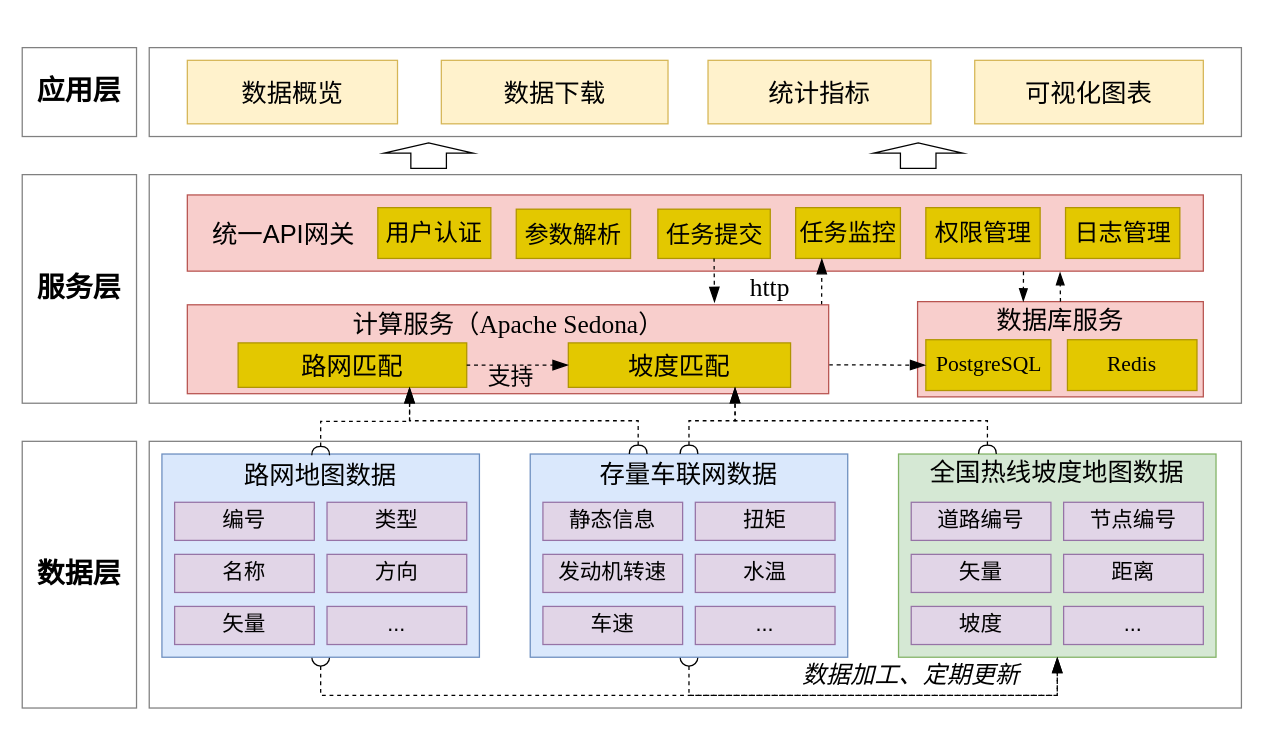
Earlier version of the draw.io diagram 车联网数据地理信息匹配服务.drawio (wangwuhua11/draw). Source tidied: cells renumbered, new cells numbered last; positions are measured from the earlier drawing's top-left corner, leaving out a move shared by most shapes. Both pictures are drawn from the tidied source at 127%, with x=0, y=0 at pixel (22, 47).
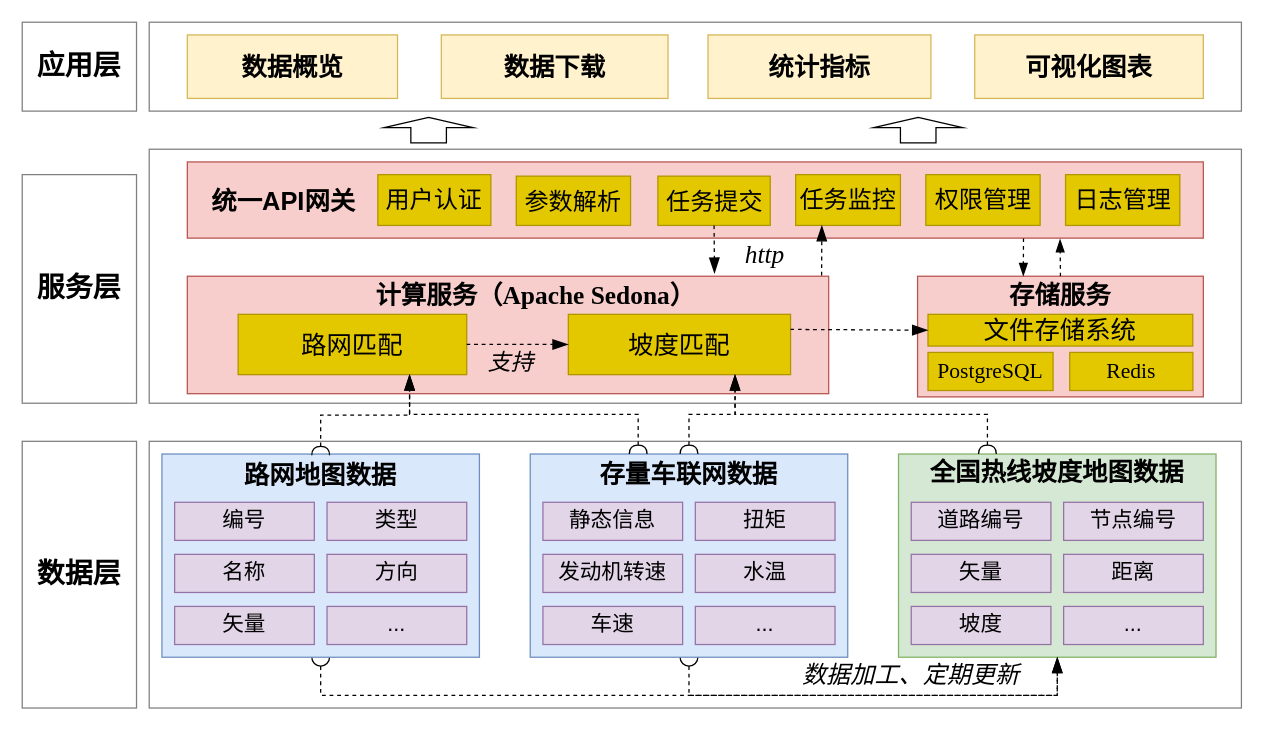
The same page after the edit.

Commit message (it also covers changes not shown here):
更新车联网数据地理信息匹配服务.drawio

What changed in the source:
```diff
@@
     <mxCell id="4" style="rounded=0;whiteSpace=wrap;html=1;fontFamily=Architects Daughter;strokeColor=#808080;" parent="1" vertex="1">
-      <mxGeometry width="90" height="70" as="geometry" />
+      <mxGeometry y="-20" width="90" height="70" as="geometry" />
     </mxCell>
     <mxCell id="5" style="rounded=0;whiteSpace=wrap;html=1;fontFamily=Architects Daughter;fillColor=none;strokeWidth=1;strokeColor=#808080;" parent="1" vertex="1">
-      <mxGeometry x="100" y="100" width="860" height="180" as="geometry" />
+      <mxGeometry x="100" y="80" width="860" height="200" as="geometry" />
     </mxCell>
     <mxCell id="6" style="rounded=0;whiteSpace=wrap;html=1;fontFamily=Architects Daughter;fillColor=none;strokeWidth=1;strokeColor=#808080;" parent="1" vertex="1">
-      <mxGeometry x="100" width="860" height="70" as="geometry" />
+      <mxGeometry x="100" y="-20" width="860" height="70" as="geometry" />
     </mxCell>
@@
-    <mxCell id="12" value="&lt;span style=&quot;font-size: 20px;&quot;&gt;数据概览&lt;/span&gt;" style="rounded=0;whiteSpace=wrap;html=1;fontFamily=宋体;fillColor=#fff2cc;strokeColor=#d6b656;" parent="1" vertex="1">
-      <mxGeometry x="130" y="10" width="165.5" height="50" as="geometry" />
+    <mxCell id="12" value="&lt;span style=&quot;font-size: 20px;&quot;&gt;&lt;b&gt;数据概览&lt;/b&gt;&lt;/span&gt;" style="rounded=0;whiteSpace=wrap;html=1;fontFamily=宋体;fillColor=#fff2cc;strokeColor=#d6b656;" parent="1" vertex="1">
+      <mxGeometry x="130" y="-10" width="165.5" height="50" as="geometry" />
     </mxCell>
@@
-    <mxCell id="15" value="&lt;font style=&quot;font-size: 20px;&quot;&gt;数据下载&lt;/font&gt;" style="rounded=0;whiteSpace=wrap;html=1;fontFamily=宋体;fillColor=#fff2cc;strokeColor=#d6b656;" parent="1" vertex="1">
-      <mxGeometry x="330" y="10" width="178.5" height="50" as="geometry" />
+    <mxCell id="15" value="&lt;font style=&quot;font-size: 20px;&quot;&gt;&lt;b&gt;数据下载&lt;/b&gt;&lt;/font&gt;" style="rounded=0;whiteSpace=wrap;html=1;fontFamily=宋体;fillColor=#fff2cc;strokeColor=#d6b656;" parent="1" vertex="1">
+      <mxGeometry x="330" y="-10" width="178.5" height="50" as="geometry" />
     </mxCell>
@@
     <mxCell id="17" value="&lt;b&gt;&lt;font style=&quot;font-size: 22px;&quot; face=&quot;宋体&quot;&gt;应用层&lt;/font&gt;&lt;/b&gt;" style="text;strokeColor=none;fillColor=none;html=1;align=center;verticalAlign=middle;whiteSpace=wrap;rounded=0;fontSize=20;fontFamily=Architects Daughter;" parent="1" vertex="1">
-      <mxGeometry x="10" y="20" width="70" height="30" as="geometry" />
+      <mxGeometry x="10" width="70" height="30" as="geometry" />
     </mxCell>
-    <mxCell id="18" value="路网地图数据" style="text;strokeColor=none;fillColor=none;html=1;align=center;verticalAlign=middle;whiteSpace=wrap;rounded=0;fontSize=20;fontFamily=宋体;" parent="1" vertex="1">
+    <mxCell id="18" value="&lt;b&gt;路网地图数据&lt;/b&gt;" style="text;strokeColor=none;fillColor=none;html=1;align=center;verticalAlign=middle;whiteSpace=wrap;rounded=0;fontSize=20;fontFamily=宋体;" parent="1" vertex="1">
       <mxGeometry x="170" y="321" width="130" height="30" as="geometry" />
     </mxCell>
-    <mxCell id="19" value="存量车联网数据" style="text;strokeColor=none;fillColor=none;html=1;align=center;verticalAlign=middle;whiteSpace=wrap;rounded=0;fontSize=20;fontFamily=宋体;" parent="1" vertex="1">
+    <mxCell id="19" value="&lt;b&gt;存量车联网数据&lt;/b&gt;" style="text;strokeColor=none;fillColor=none;html=1;align=center;verticalAlign=middle;whiteSpace=wrap;rounded=0;fontSize=20;fontFamily=宋体;" parent="1" vertex="1">
       <mxGeometry x="445" y="320" width="160" height="30" as="geometry" />
     </mxCell>
-    <mxCell id="20" value="&lt;span style=&quot;font-family: 宋体;&quot;&gt;全国热线坡度地图数据&lt;/span&gt;" style="text;strokeColor=none;fillColor=none;html=1;align=center;verticalAlign=middle;whiteSpace=wrap;rounded=0;fontSize=20;fontFamily=Architects Daughter;" parent="1" vertex="1">
+    <mxCell id="20" value="&lt;span style=&quot;font-family: 宋体;&quot;&gt;&lt;b&gt;全国热线坡度地图数据&lt;/b&gt;&lt;/span&gt;" style="text;strokeColor=none;fillColor=none;html=1;align=center;verticalAlign=middle;whiteSpace=wrap;rounded=0;fontSize=20;fontFamily=Architects Daughter;" parent="1" vertex="1">
       <mxGeometry x="705" y="320" width="220" height="30" as="geometry" />
     </mxCell>
@@
     <mxCell id="39" style="rounded=0;whiteSpace=wrap;html=1;fontFamily=宋体;fillColor=#f8cecc;strokeColor=#b85450;" parent="1" vertex="1">
-      <mxGeometry x="130" y="202.5" width="505" height="70" as="geometry" />
+      <mxGeometry x="130" y="180" width="505" height="92.5" as="geometry" />
     </mxCell>
     <mxCell id="40" style="rounded=0;whiteSpace=wrap;html=1;fontFamily=Times New Roman;fillColor=#f8cecc;strokeColor=#b85450;" parent="1" vertex="1">
-      <mxGeometry x="705" y="200" width="225" height="75" as="geometry" />
+      <mxGeometry x="705" y="180" width="225" height="95" as="geometry" />
     </mxCell>
     <mxCell id="41" style="rounded=0;whiteSpace=wrap;html=1;fontFamily=宋体;fillColor=#f8cecc;strokeColor=#b85450;" parent="1" vertex="1">
-      <mxGeometry x="130" y="116" width="800" height="60" as="geometry" />
+      <mxGeometry x="130" y="90" width="800" height="60" as="geometry" />
     </mxCell>
-    <mxCell id="42" value="PostgreSQL" style="rounded=0;whiteSpace=wrap;html=1;fontFamily=Times New Roman;fontSize=17;fillColor=#e3c800;fontColor=#000000;strokeColor=#B09500;" parent="1" vertex="1">
-      <mxGeometry x="711.5" y="230" width="98.5" height="40" as="geometry" />
+    <mxCell id="42" value="&lt;p style=&quot;line-height: 100%;&quot;&gt;PostgreSQL&lt;/p&gt;" style="rounded=0;whiteSpace=wrap;html=1;fontFamily=Times New Roman;fontSize=17;fillColor=#e3c800;fontColor=#000000;strokeColor=#B09500;" parent="1" vertex="1">
+      <mxGeometry x="713.2" y="240" width="98.5" height="30" as="geometry" />
     </mxCell>
-    <mxCell id="43" value="Redis" style="rounded=0;whiteSpace=wrap;html=1;fontFamily=Times New Roman;fontSize=17;fillColor=#e3c800;fontColor=#000000;strokeColor=#B09500;" parent="1" vertex="1">
-      <mxGeometry x="823" y="230" width="102" height="40" as="geometry" />
+    <mxCell id="43" value="&lt;p style=&quot;line-height: 100%;&quot;&gt;Redis&lt;/p&gt;" style="rounded=0;whiteSpace=wrap;html=1;fontFamily=Times New Roman;fontSize=17;fillColor=#e3c800;fontColor=#000000;strokeColor=#B09500;" parent="1" vertex="1">
+      <mxGeometry x="824.8" y="240" width="97" height="30" as="geometry" />
     </mxCell>
-    <mxCell id="44" value="&lt;font face=&quot;宋体&quot;&gt;数据库服务&lt;/font&gt;" style="text;strokeColor=none;fillColor=none;html=1;align=center;verticalAlign=middle;whiteSpace=wrap;rounded=0;fontSize=20;fontFamily=Architects Daughter;" parent="1" vertex="1">
-      <mxGeometry x="759" y="200" width="117" height="30" as="geometry" />
+    <mxCell id="44" value="&lt;font face=&quot;宋体&quot;&gt;&lt;b&gt;存储服务&lt;/b&gt;&lt;/font&gt;" style="text;strokeColor=none;fillColor=none;html=1;align=center;verticalAlign=middle;whiteSpace=wrap;rounded=0;fontSize=20;fontFamily=Architects Daughter;" parent="1" vertex="1">
+      <mxGeometry x="759" y="180" width="117" height="30" as="geometry" />
     </mxCell>
     <mxCell id="45" value="&lt;font style=&quot;font-size: 20px;&quot; face=&quot;宋体&quot;&gt;路网匹配&lt;/font&gt;" style="rounded=0;whiteSpace=wrap;html=1;fontFamily=Architects Daughter;fillColor=#e3c800;fontColor=#000000;strokeColor=#B09500;" parent="1" vertex="1">
-      <mxGeometry x="170" y="232.5" width="180" height="35" as="geometry" />
+      <mxGeometry x="170" y="210" width="180" height="47.5" as="geometry" />
     </mxCell>
-    <mxCell id="46" value="&lt;font face=&quot;宋体&quot;&gt;计算服务（&lt;/font&gt;&lt;span style=&quot;font-family: &amp;quot;Times New Roman&amp;quot;;&quot;&gt;Apache Sedona&lt;/span&gt;&lt;font face=&quot;宋体&quot;&gt;）&lt;/font&gt;" style="text;strokeColor=none;fillColor=none;html=1;align=center;verticalAlign=middle;whiteSpace=wrap;rounded=0;fontSize=20;fontFamily=Architects Daughter;" parent="1" vertex="1">
-      <mxGeometry x="256.5" y="202.5" width="252" height="30" as="geometry" />
+    <mxCell id="46" value="&lt;b&gt;&lt;font face=&quot;宋体&quot;&gt;计算服务（&lt;/font&gt;&lt;span style=&quot;font-family: &amp;quot;Times New Roman&amp;quot;;&quot;&gt;Apache Sedona&lt;/span&gt;&lt;font face=&quot;宋体&quot;&gt;）&lt;/font&gt;&lt;/b&gt;" style="text;strokeColor=none;fillColor=none;html=1;align=center;verticalAlign=middle;whiteSpace=wrap;rounded=0;fontSize=20;fontFamily=Architects Daughter;" parent="1" vertex="1">
+      <mxGeometry x="269" y="180" width="271" height="30" as="geometry" />
     </mxCell>
-    <mxCell id="47" value="&lt;font style=&quot;font-size: 20px;&quot; face=&quot;Times New Roman&quot;&gt;http&lt;/font&gt;" style="text;strokeColor=none;fillColor=none;html=1;align=center;verticalAlign=middle;whiteSpace=wrap;rounded=0;fontSize=18;fontFamily=Architects Daughter;" parent="1" vertex="1">
-      <mxGeometry x="564" y="176.5" width="50" height="25" as="geometry" />
+    <mxCell id="47" value="&lt;font style=&quot;font-size: 20px;&quot; face=&quot;Times New Roman&quot;&gt;&lt;i&gt;http&lt;/i&gt;&lt;/font&gt;" style="text;strokeColor=none;fillColor=none;html=1;align=center;verticalAlign=middle;whiteSpace=wrap;rounded=0;fontSize=18;fontFamily=Architects Daughter;" parent="1" vertex="1">
+      <mxGeometry x="560" y="150" width="50" height="25" as="geometry" />
     </mxCell>
-    <mxCell id="48" style="edgeStyle=none;jettySize=auto;html=1;rounded=0;fontFamily=Architects Daughter;fontSize=16;startSize=14;endArrow=blockThin;endSize=10;sourcePerimeterSpacing=8;targetPerimeterSpacing=8;curved=1;exitX=1.001;exitY=0.675;exitDx=0;exitDy=0;dashed=1;endFill=1;entryX=0;entryY=0.5;entryDx=0;entryDy=0;exitPerimeter=0;" parent="1" edge="1" source="39" target="42">
-      <mxGeometry relative="1" as="geometry" />
-    </mxCell>
-    <mxCell id="49" value="&lt;span style=&quot;font-family: 宋体;&quot;&gt;统一API网关&lt;/span&gt;" style="text;strokeColor=none;fillColor=none;html=1;align=center;verticalAlign=middle;whiteSpace=wrap;rounded=0;fontSize=20;fontFamily=Architects Daughter;" parent="1" vertex="1">
-      <mxGeometry x="141" y="131.6" width="130" height="30" as="geometry" />
+    <mxCell id="49" value="&lt;span style=&quot;font-family: 宋体;&quot;&gt;&lt;b&gt;统一API网关&lt;/b&gt;&lt;/span&gt;" style="text;strokeColor=none;fillColor=none;html=1;align=center;verticalAlign=middle;whiteSpace=wrap;rounded=0;fontSize=20;fontFamily=Architects Daughter;" parent="1" vertex="1">
+      <mxGeometry x="141" y="105.6" width="130" height="30" as="geometry" />
     </mxCell>
     <mxCell id="50" value="&lt;p style=&quot;line-height: 100%;&quot;&gt;用户认证&lt;/p&gt;" style="rounded=0;whiteSpace=wrap;html=1;fontFamily=宋体;fontSize=19;fillColor=#e3c800;fontColor=#000000;strokeColor=#B09500;" parent="1" vertex="1">
-      <mxGeometry x="280" y="126" width="89" height="40" as="geometry" />
+      <mxGeometry x="280" y="100" width="89" height="40" as="geometry" />
     </mxCell>
     <mxCell id="51" value="&lt;p style=&quot;line-height: 100%;&quot;&gt;权限管理&lt;/p&gt;" style="rounded=0;whiteSpace=wrap;html=1;fontFamily=宋体;fontSize=19;fillColor=#e3c800;fontColor=#000000;strokeColor=#B09500;" parent="1" vertex="1">
-      <mxGeometry x="711.5" y="126" width="90" height="40" as="geometry" />
+      <mxGeometry x="711.5" y="100" width="90" height="40" as="geometry" />
     </mxCell>
     <mxCell id="52" value="&lt;p style=&quot;line-height: 100%;&quot;&gt;日志管理&lt;/p&gt;" style="rounded=0;whiteSpace=wrap;html=1;fontFamily=宋体;fontSize=19;fillColor=#e3c800;fontColor=#000000;strokeColor=#B09500;" parent="1" vertex="1">
-      <mxGeometry x="821.5" y="126" width="90" height="40" as="geometry" />
+      <mxGeometry x="821.5" y="100" width="90" height="40" as="geometry" />
     </mxCell>
     <mxCell id="53" value="&lt;p style=&quot;line-height: 100%;&quot;&gt;参数解析&lt;/p&gt;" style="rounded=0;whiteSpace=wrap;html=1;fontFamily=宋体;fontSize=19;fillColor=#e3c800;fontColor=#000000;strokeColor=#B09500;" parent="1" vertex="1">
-      <mxGeometry x="389" y="127.2" width="90" height="38.8" as="geometry" />
+      <mxGeometry x="389" y="101.2" width="90" height="38.8" as="geometry" />
     </mxCell>
     <mxCell id="54" value="&lt;p style=&quot;line-height: 100%;&quot;&gt;任务提交&lt;/p&gt;" style="rounded=0;whiteSpace=wrap;html=1;fontFamily=宋体;fontSize=19;fillColor=#e3c800;fontColor=#000000;strokeColor=#B09500;" parent="1" vertex="1">
-      <mxGeometry x="500.5" y="127.2" width="88.5" height="38.8" as="geometry" />
+      <mxGeometry x="500.5" y="101.2" width="88.5" height="38.8" as="geometry" />
     </mxCell>
     <mxCell id="55" value="&lt;p style=&quot;line-height: 100%;&quot;&gt;任务监控&lt;/p&gt;" style="rounded=0;whiteSpace=wrap;html=1;fontFamily=宋体;fontSize=19;fillColor=#e3c800;fontColor=#000000;strokeColor=#B09500;" parent="1" vertex="1">
-      <mxGeometry x="609" y="126" width="82.5" height="40" as="geometry" />
+      <mxGeometry x="609" y="100" width="82.5" height="40" as="geometry" />
     </mxCell>
@@
     <mxCell id="59" value="&lt;font style=&quot;font-size: 20px;&quot; face=&quot;宋体&quot;&gt;坡度匹配&lt;/font&gt;" style="rounded=0;whiteSpace=wrap;html=1;fontFamily=Architects Daughter;fillColor=#e3c800;fontColor=#000000;strokeColor=#B09500;" parent="1" vertex="1">
-      <mxGeometry x="430" y="232.5" width="175" height="35" as="geometry" />
+      <mxGeometry x="430" y="210" width="175" height="47.5" as="geometry" />
     </mxCell>
@@
-    <mxCell id="61" value="&lt;font style=&quot;font-size: 18px;&quot; face=&quot;宋体&quot;&gt;支持&lt;/font&gt;" style="text;strokeColor=none;fillColor=none;html=1;align=center;verticalAlign=middle;whiteSpace=wrap;rounded=0;fontSize=18;fontFamily=Architects Daughter;" parent="1" vertex="1">
-      <mxGeometry x="360" y="250" width="50" height="20" as="geometry" />
+    <mxCell id="61" value="&lt;font style=&quot;font-size: 18px;&quot; face=&quot;宋体&quot;&gt;&lt;i&gt;支持&lt;/i&gt;&lt;/font&gt;" style="text;strokeColor=none;fillColor=none;html=1;align=center;verticalAlign=middle;whiteSpace=wrap;rounded=0;fontSize=18;fontFamily=Architects Daughter;" parent="1" vertex="1">
+      <mxGeometry x="360" y="237.5" width="50" height="20" as="geometry" />
     </mxCell>
@@
-    <mxCell id="66" value="&lt;font style=&quot;font-size: 20px;&quot;&gt;统计指标&lt;/font&gt;" style="rounded=0;whiteSpace=wrap;html=1;fontFamily=宋体;fillColor=#fff2cc;strokeColor=#d6b656;" parent="1" vertex="1">
-      <mxGeometry x="540" y="10" width="175.5" height="50" as="geometry" />
+    <mxCell id="66" value="&lt;font style=&quot;font-size: 20px;&quot;&gt;&lt;b&gt;统计指标&lt;/b&gt;&lt;/font&gt;" style="rounded=0;whiteSpace=wrap;html=1;fontFamily=宋体;fillColor=#fff2cc;strokeColor=#d6b656;" parent="1" vertex="1">
+      <mxGeometry x="540" y="-10" width="175.5" height="50" as="geometry" />
     </mxCell>
@@
-    <mxCell id="69" value="&lt;font style=&quot;font-size: 20px;&quot;&gt;可视化图表&lt;/font&gt;" style="rounded=0;whiteSpace=wrap;html=1;fontFamily=宋体;fillColor=#fff2cc;strokeColor=#d6b656;" parent="1" vertex="1">
-      <mxGeometry x="750" y="10" width="180" height="50" as="geometry" />
+    <mxCell id="69" value="&lt;font style=&quot;font-size: 20px;&quot;&gt;&lt;b&gt;可视化图表&lt;/b&gt;&lt;/font&gt;" style="rounded=0;whiteSpace=wrap;html=1;fontFamily=宋体;fillColor=#fff2cc;strokeColor=#d6b656;" parent="1" vertex="1">
+      <mxGeometry x="750" y="-10" width="180" height="50" as="geometry" />
     </mxCell>
     <mxCell id="70" style="shape=singleArrow;whiteSpace=wrap;html=1;arrowWidth=0.4;arrowSize=0.4;fontFamily=Architects Daughter;rotation=-90;" parent="1" vertex="1">
-      <mxGeometry x="310" y="50" width="20" height="70" as="geometry" />
+      <mxGeometry x="310" y="30" width="20" height="70" as="geometry" />
     </mxCell>
     <mxCell id="71" style="shape=singleArrow;whiteSpace=wrap;html=1;arrowWidth=0.4;arrowSize=0.4;fontFamily=Architects Daughter;rotation=-90;" parent="1" vertex="1">
-      <mxGeometry x="695.5" y="50" width="20" height="70" as="geometry" />
+      <mxGeometry x="695.5" y="30" width="20" height="70" as="geometry" />
     </mxCell>
+    <mxCell id="72" value="&lt;p style=&quot;line-height: 100%;&quot;&gt;&lt;font style=&quot;font-size: 20px;&quot; face=&quot;宋体&quot;&gt;文件存储系统&lt;/font&gt;&lt;/p&gt;" style="rounded=0;whiteSpace=wrap;html=1;fontFamily=Times New Roman;fontSize=17;fillColor=#e3c800;fontColor=#000000;strokeColor=#B09500;" parent="1" vertex="1">
+      <mxGeometry x="713.2" y="210" width="208.5" height="25" as="geometry" />
+    </mxCell>
+    <mxCell id="73" style="edgeStyle=none;jettySize=auto;html=1;rounded=0;fontFamily=Architects Daughter;fontSize=16;startSize=14;endArrow=blockThin;endSize=10;sourcePerimeterSpacing=8;targetPerimeterSpacing=8;curved=1;exitX=1;exitY=0.25;exitDx=0;exitDy=0;entryX=0;entryY=0.5;entryDx=0;entryDy=0;dashed=1;endFill=1;" parent="1" edge="1" source="59" target="72">
+      <mxGeometry relative="1" as="geometry" />
+    </mxCell>
```
